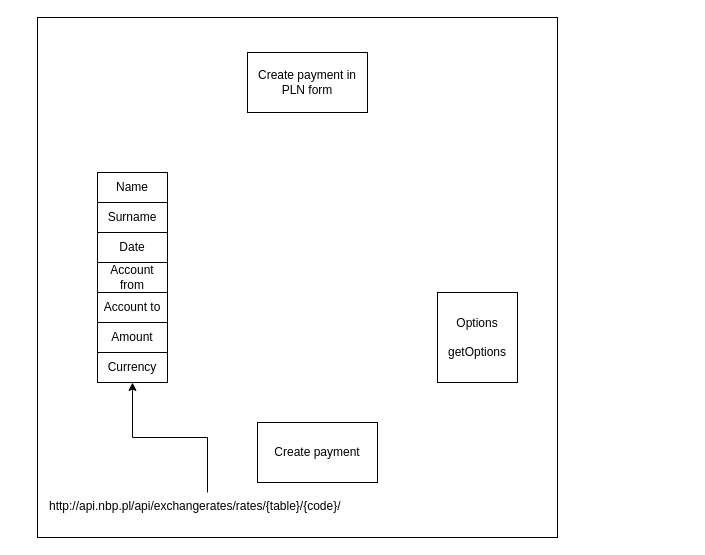
The draw.io diagram page "createPayment" (3 of 8) of Untitled Diagram.drawio in sebek9/projectBackend, before the edit. Source tidied: cells renumbered, new cells numbered last; positions are measured from the earlier drawing's top-left corner, leaving out a move shared by most shapes. Both pictures are drawn from the tidied source at 100%, with x=0, y=0 at pixel (37, 17).
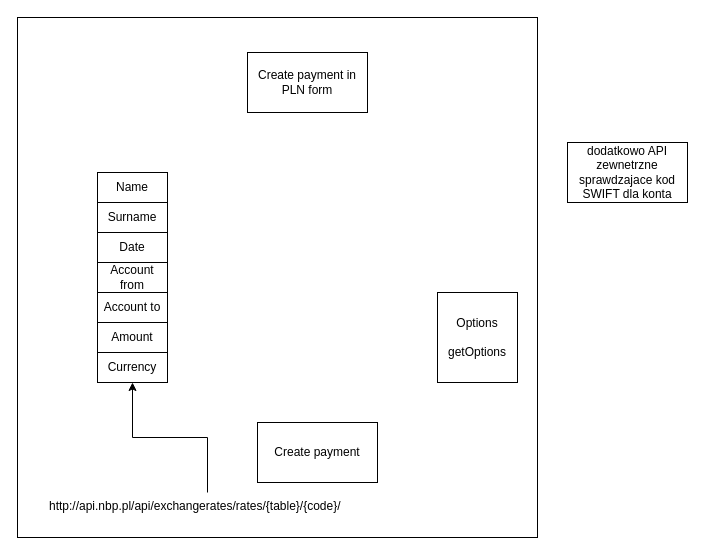
The same page after the edit.

What changed in the source:
```diff
@@
 <mxGraphModel>
   <root>
     <mxCell id="0" />
     <mxCell id="1" parent="0" />
     <mxCell id="2" style="whiteSpace=wrap;html=1;" parent="1" vertex="1">
-      <mxGeometry width="520" height="520" as="geometry" />
+      <mxGeometry x="-20" width="520" height="520" as="geometry" />
     </mxCell>
     <mxCell id="3" value="Create payment in PLN form" style="rounded=0;whiteSpace=wrap;html=1;" parent="1" vertex="1">
       <mxGeometry x="210" y="35" width="120" height="60" as="geometry" />
     </mxCell>
     <mxCell id="4" value="Name" style="rounded=0;whiteSpace=wrap;html=1;" parent="1" vertex="1">
       <mxGeometry x="60" y="155" width="70" height="30" as="geometry" />
     </mxCell>
     <mxCell id="5" value="Surname" style="rounded=0;whiteSpace=wrap;html=1;" parent="1" vertex="1">
       <mxGeometry x="60" y="185" width="70" height="30" as="geometry" />
     </mxCell>
     <mxCell id="6" value="Account from" style="rounded=0;whiteSpace=wrap;html=1;" parent="1" vertex="1">
       <mxGeometry x="60" y="245" width="70" height="30" as="geometry" />
     </mxCell>
     <mxCell id="7" value="Amount" style="rounded=0;whiteSpace=wrap;html=1;" parent="1" vertex="1">
       <mxGeometry x="60" y="305" width="70" height="30" as="geometry" />
     </mxCell>
     <mxCell id="8" value="&lt;span style=&quot;white-space: normal&quot;&gt;Account to&lt;/span&gt;" style="rounded=0;whiteSpace=wrap;html=1;" parent="1" vertex="1">
       <mxGeometry x="60" y="275" width="70" height="30" as="geometry" />
     </mxCell>
     <mxCell id="9" value="Currency" style="rounded=0;whiteSpace=wrap;html=1;" parent="1" vertex="1">
       <mxGeometry x="60" y="335" width="70" height="30" as="geometry" />
     </mxCell>
     <mxCell id="10" value="Create payment" style="rounded=0;whiteSpace=wrap;html=1;" parent="1" vertex="1">
       <mxGeometry x="220" y="405" width="120" height="60" as="geometry" />
     </mxCell>
     <mxCell id="11" value="Date" style="rounded=0;whiteSpace=wrap;html=1;" parent="1" vertex="1">
       <mxGeometry x="60" y="215" width="70" height="30" as="geometry" />
     </mxCell>
     <mxCell id="12" value="Options&lt;br&gt;&lt;br&gt;getOptions" style="rounded=0;whiteSpace=wrap;html=1;" parent="1" vertex="1">
       <mxGeometry x="400" y="275" width="80" height="90" as="geometry" />
     </mxCell>
     <mxCell id="13" style="edgeStyle=orthogonalEdgeStyle;rounded=0;jettySize=auto;html=1;" parent="1" edge="1" source="14" target="9">
       <mxGeometry relative="1" as="geometry" />
     </mxCell>
     <mxCell id="14" value="http://api.nbp.pl/api/exchangerates/rates/{table}/{code}/" style="text;html=1;" parent="1" vertex="1">
       <mxGeometry x="10" y="475" width="320" height="30" as="geometry" />
     </mxCell>
+    <mxCell id="15" value="dodatkowo API zewnetrzne sprawdzajace kod SWIFT dla konta" style="rounded=0;whiteSpace=wrap;html=1;" parent="1" vertex="1">
+      <mxGeometry x="530" y="125" width="120" height="60" as="geometry" />
+    </mxCell>
   </root>
 </mxGraphModel>
```
